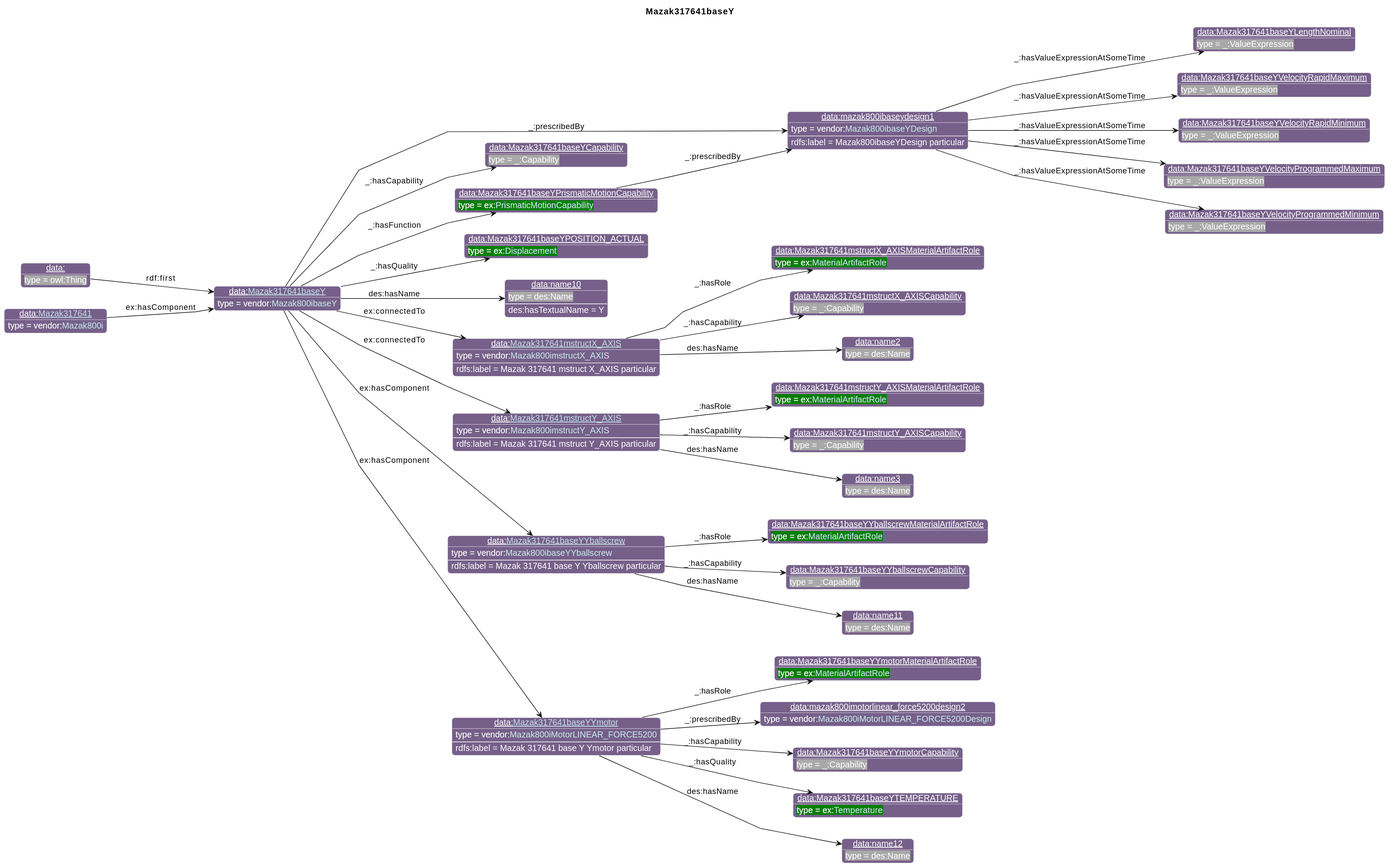
Before: diagrams/Mazak317641baseY.svg, a diagram exported from PlantUML (iofoundry/example-syseng-mtconnect).
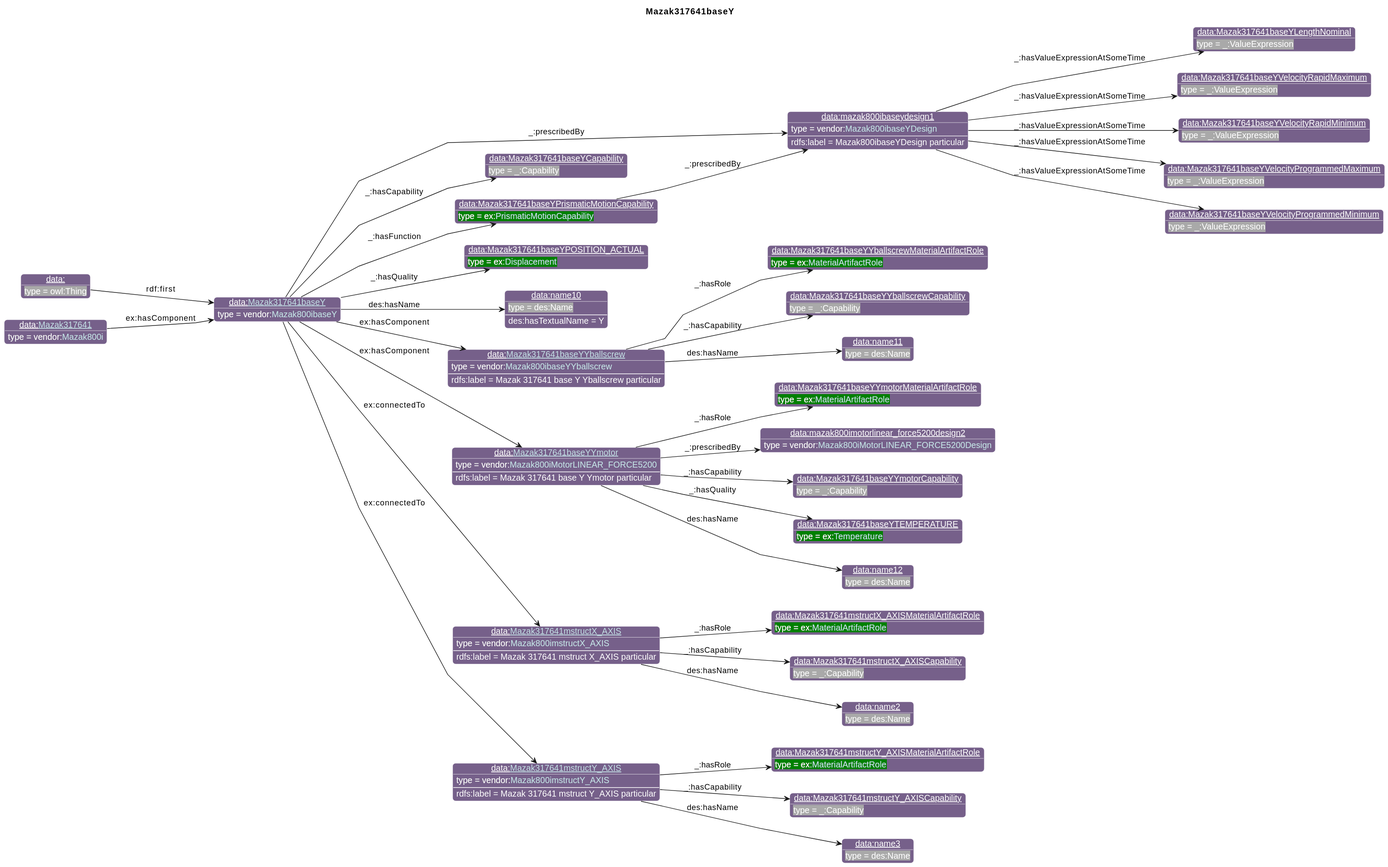
Above is the later version.

Change to the diagram source:
```diff
@@ -36,24 +36,24 @@
 individual(o8, data:Mazak317641baseYPrismaticMotionCapability, ex:[[../Example.html#PrismaticMotionCapability PrismaticMotionCapability]])
 individual(o9, data:Mazak317641baseYPOSITION_ACTUAL, ex:[[../Example.html#Displacement Displacement]])
 individual(o10, data:name10, des:Name)
-individual(o11, data:[[./Mazak317641mstructX_AXIS.html Mazak317641mstructX_AXIS]], vendor:[[../Mazak.html#Mazak800imstructX_AXIS Mazak800imstructX_AXIS]])
-individual(o12, data:Mazak317641mstructX_AXISMaterialArtifactRole, ex:[[../Example.html#MaterialArtifactRole MaterialArtifactRole]])
-individual(o13, data:Mazak317641mstructX_AXISCapability, _:Capability)
-individual(o14, data:name2, des:Name)
-individual(o15, data:[[./Mazak317641mstructY_AXIS.html Mazak317641mstructY_AXIS]], vendor:[[../Mazak.html#Mazak800imstructY_AXIS Mazak800imstructY_AXIS]])
-individual(o16, data:Mazak317641mstructY_AXISMaterialArtifactRole, ex:[[../Example.html#MaterialArtifactRole MaterialArtifactRole]])
-individual(o17, data:Mazak317641mstructY_AXISCapability, _:Capability)
-individual(o18, data:name3, des:Name)
-individual(o19, data:[[./Mazak317641baseYYballscrew.html Mazak317641baseYYballscrew]], vendor:[[../Mazak.html#Mazak800ibaseYYballscrew Mazak800ibaseYYballscrew]])
-individual(o20, data:Mazak317641baseYYballscrewMaterialArtifactRole, ex:[[../Example.html#MaterialArtifactRole MaterialArtifactRole]])
-individual(o21, data:Mazak317641baseYYballscrewCapability, _:Capability)
-individual(o22, data:name11, des:Name)
-individual(o23, data:[[./Mazak317641baseYYmotor.html Mazak317641baseYYmotor]], vendor:[[../Mazak.html#Mazak800iMotorLINEAR_FORCE5200 Mazak800iMotorLINEAR_FORCE5200]])
-individual(o24, data:Mazak317641baseYYmotorMaterialArtifactRole, ex:[[../Example.html#MaterialArtifactRole MaterialArtifactRole]])
-individual(o25, data:mazak800imotorlinear_force5200design2, vendor:[[../Mazak.html#Mazak800iMotorLINEAR_FORCE5200Design Mazak800iMotorLINEAR_FORCE5200Design]])
-individual(o26, data:Mazak317641baseYYmotorCapability, _:Capability)
-individual(o27, data:Mazak317641baseYTEMPERATURE, ex:[[../Example.html#Temperature Temperature]])
-individual(o28, data:name12, des:Name)
+individual(o11, data:[[./Mazak317641baseYYballscrew.html Mazak317641baseYYballscrew]], vendor:[[../Mazak.html#Mazak800ibaseYYballscrew Mazak800ibaseYYballscrew]])
+individual(o12, data:Mazak317641baseYYballscrewMaterialArtifactRole, ex:[[../Example.html#MaterialArtifactRole MaterialArtifactRole]])
+individual(o13, data:Mazak317641baseYYballscrewCapability, _:Capability)
+individual(o14, data:name11, des:Name)
+individual(o15, data:[[./Mazak317641baseYYmotor.html Mazak317641baseYYmotor]], vendor:[[../Mazak.html#Mazak800iMotorLINEAR_FORCE5200 Mazak800iMotorLINEAR_FORCE5200]])
+individual(o16, data:Mazak317641baseYYmotorMaterialArtifactRole, ex:[[../Example.html#MaterialArtifactRole MaterialArtifactRole]])
+individual(o17, data:mazak800imotorlinear_force5200design2, vendor:[[../Mazak.html#Mazak800iMotorLINEAR_FORCE5200Design Mazak800iMotorLINEAR_FORCE5200Design]])
+individual(o18, data:Mazak317641baseYYmotorCapability, _:Capability)
+individual(o19, data:Mazak317641baseYTEMPERATURE, ex:[[../Example.html#Temperature Temperature]])
+individual(o20, data:name12, des:Name)
+individual(o21, data:[[./Mazak317641mstructX_AXIS.html Mazak317641mstructX_AXIS]], vendor:[[../Mazak.html#Mazak800imstructX_AXIS Mazak800imstructX_AXIS]])
+individual(o22, data:Mazak317641mstructX_AXISMaterialArtifactRole, ex:[[../Example.html#MaterialArtifactRole MaterialArtifactRole]])
+individual(o23, data:Mazak317641mstructX_AXISCapability, _:Capability)
+individual(o24, data:name2, des:Name)
+individual(o25, data:[[./Mazak317641mstructY_AXIS.html Mazak317641mstructY_AXIS]], vendor:[[../Mazak.html#Mazak800imstructY_AXIS Mazak800imstructY_AXIS]])
+individual(o26, data:Mazak317641mstructY_AXISMaterialArtifactRole, ex:[[../Example.html#MaterialArtifactRole MaterialArtifactRole]])
+individual(o27, data:Mazak317641mstructY_AXISCapability, _:Capability)
+individual(o28, data:name3, des:Name)
 individual(o29, data:, owl:Thing)
 individual(o30, data:[[./Mazak317641.html Mazak317641]], vendor:[[../Mazak.html#Mazak800i Mazak800i]])
 property(o0, "_:prescribedBy", o1)
@@ -69,28 +69,28 @@
 property(o0, "_:hasQuality", o9)
 property(o0, "des:hasName", o10)
 data(o10, "des:hasTextualName", "Y")
-property(o0, "ex:connectedTo", o11)
-data(o11, "rdfs:label", "Mazak 317641 mstruct X_AXIS particular")
+property(o0, "ex:hasComponent", o11)
+data(o11, "rdfs:label", "Mazak 317641 base Y Yballscrew particular")
 property(o11, "_:hasRole", o12)
 property(o11, "_:hasCapability", o13)
 property(o11, "des:hasName", o14)
-property(o0, "ex:connectedTo", o15)
-data(o15, "rdfs:label", "Mazak 317641 mstruct Y_AXIS particular")
+property(o0, "ex:hasComponent", o15)
+data(o15, "rdfs:label", "Mazak 317641 base Y Ymotor particular")
 property(o15, "_:hasRole", o16)
-property(o15, "_:hasCapability", o17)
-property(o15, "des:hasName", o18)
-property(o0, "ex:hasComponent", o19)
-data(o19, "rdfs:label", "Mazak 317641 base Y Yballscrew particular")
-property(o19, "_:hasRole", o20)
-property(o19, "_:hasCapability", o21)
-property(o19, "des:hasName", o22)
-property(o0, "ex:hasComponent", o23)
-data(o23, "rdfs:label", "Mazak 317641 base Y Ymotor particular")
-property(o23, "_:hasRole", o24)
-property(o23, "_:prescribedBy", o25)
-property(o23, "_:hasCapability", o26)
-property(o23, "_:hasQuality", o27)
-property(o23, "des:hasName", o28)
+property(o15, "_:prescribedBy", o17)
+property(o15, "_:hasCapability", o18)
+property(o15, "_:hasQuality", o19)
+property(o15, "des:hasName", o20)
+property(o0, "ex:connectedTo", o21)
+data(o21, "rdfs:label", "Mazak 317641 mstruct X_AXIS particular")
+property(o21, "_:hasRole", o22)
+property(o21, "_:hasCapability", o23)
+property(o21, "des:hasName", o24)
+property(o0, "ex:connectedTo", o25)
+data(o25, "rdfs:label", "Mazak 317641 mstruct Y_AXIS particular")
+property(o25, "_:hasRole", o26)
+property(o25, "_:hasCapability", o27)
+property(o25, "des:hasName", o28)
 property(o29, "rdf:first", o0)
 property(o30, "ex:hasComponent", o0)
 @enduml
```
